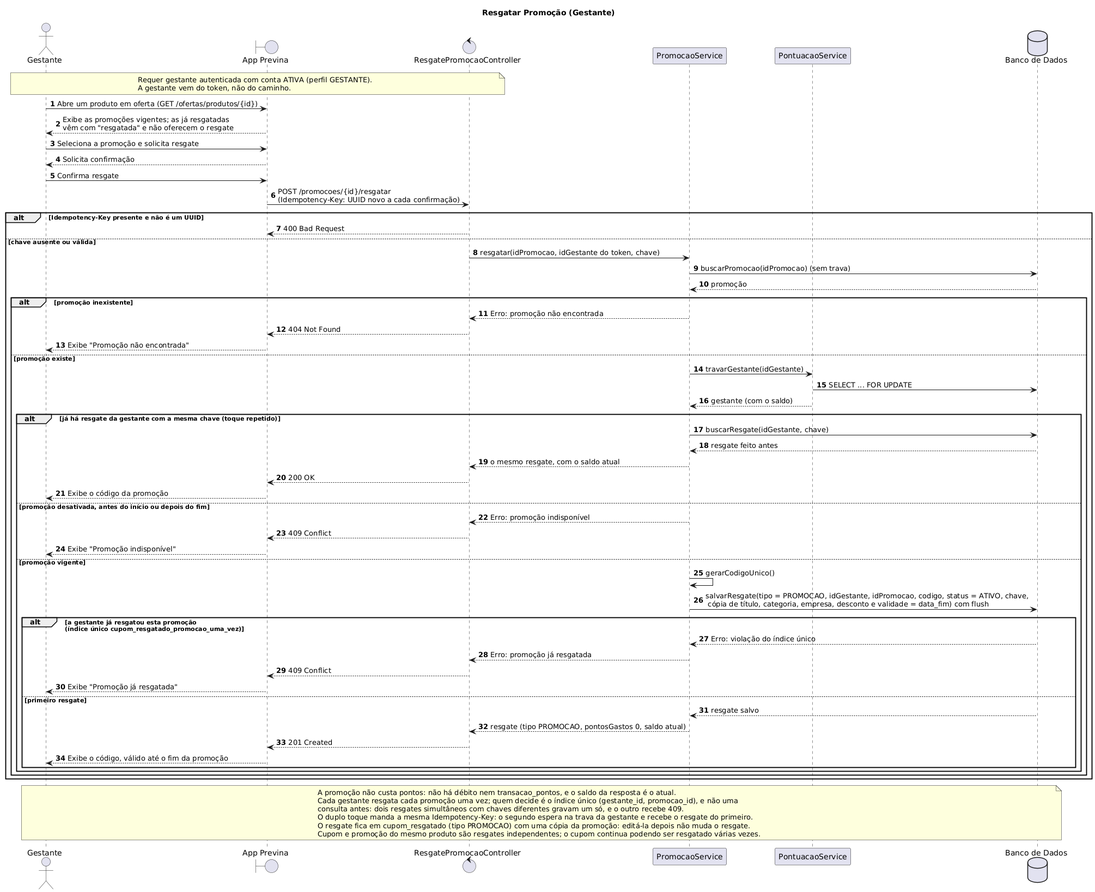
CozyShelf/previna-backend keeps this PlantUML diagram as docs/sequence-diagrams/resgatar-promocao/resgatar-promocao.png. Above is the earlier version.
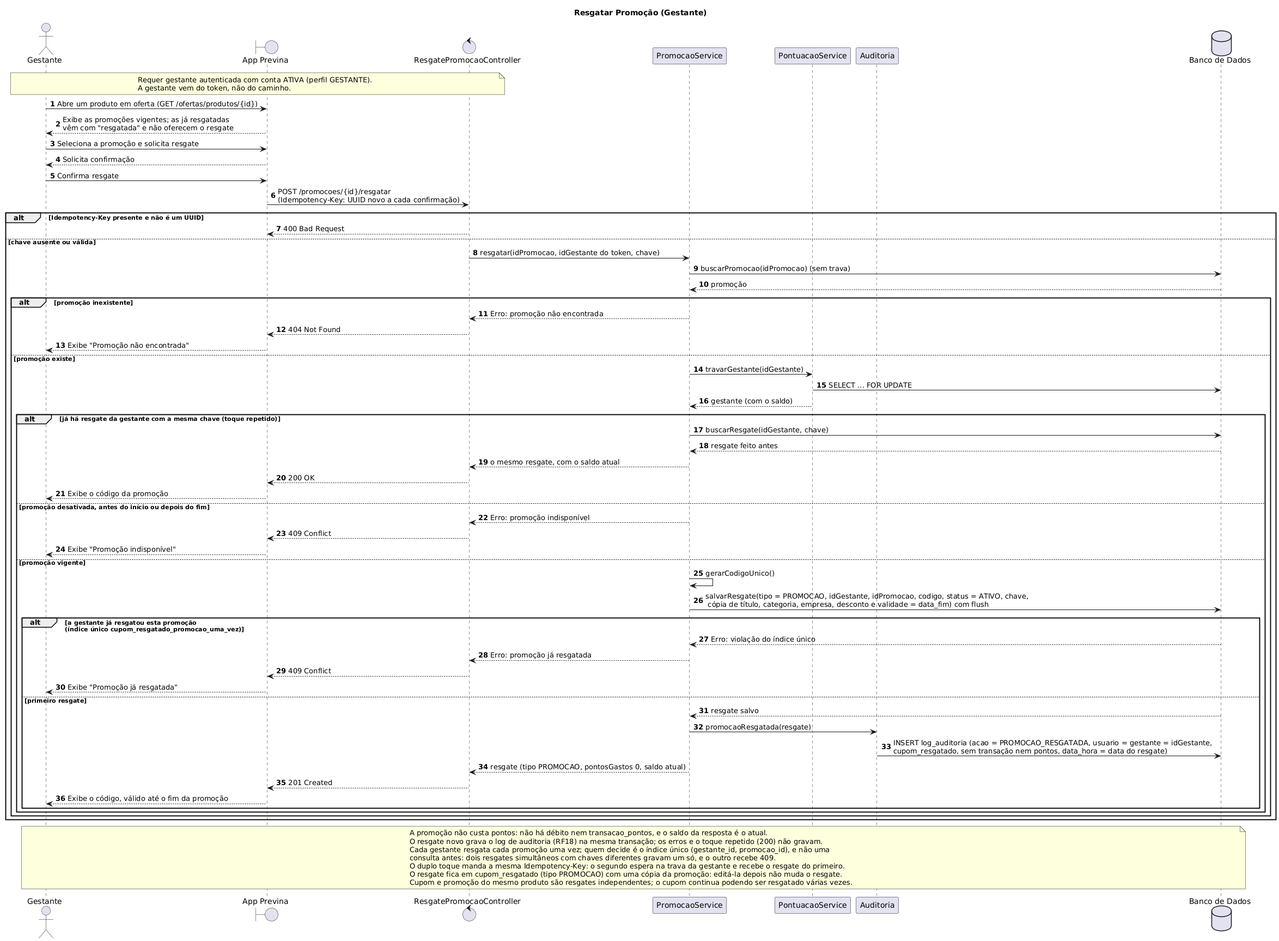
Above is the later version.

What changed in the source:
```diff
@@ -7,6 +7,7 @@
 control "ResgatePromocaoController" as Controller
 participant "PromocaoService" as Service
 participant "PontuacaoService" as Pontuacao
+participant "Auditoria" as Auditoria
 database "Banco de Dados" as BD
 
 note over Gestante, Controller
@@ -58,6 +59,8 @@
                 App --> Gestante : Exibe "Promoção já resgatada"
             else primeiro resgate
                 BD --> Service : resgate salvo
+                Service -> Auditoria : promocaoResgatada(resgate)
+                Auditoria -> BD : INSERT log_auditoria (acao = PROMOCAO_RESGATADA, usuario = gestante = idGestante,\ncupom_resgatado, sem transação nem pontos, data_hora = data do resgate)
                 Service --> Controller : resgate (tipo PROMOCAO, pontosGastos 0, saldo atual)
                 Controller --> App : 201 Created
                 App --> Gestante : Exibe o código, válido até o fim da promoção
@@ -68,6 +71,7 @@
 
 note over Gestante, BD
     A promoção não custa pontos: não há débito nem transacao_pontos, e o saldo da resposta é o atual.
+    O resgate novo grava o log de auditoria (RF18) na mesma transação; os erros e o toque repetido (200) não gravam.
     Cada gestante resgata cada promoção uma vez; quem decide é o índice único (gestante_id, promocao_id), e não uma
     consulta antes: dois resgates simultâneos com chaves diferentes gravam um só, e o outro recebe 409.
     O duplo toque manda a mesma Idempotency-Key: o segundo espera na trava da gestante e recebe o resgate do primeiro.
```
